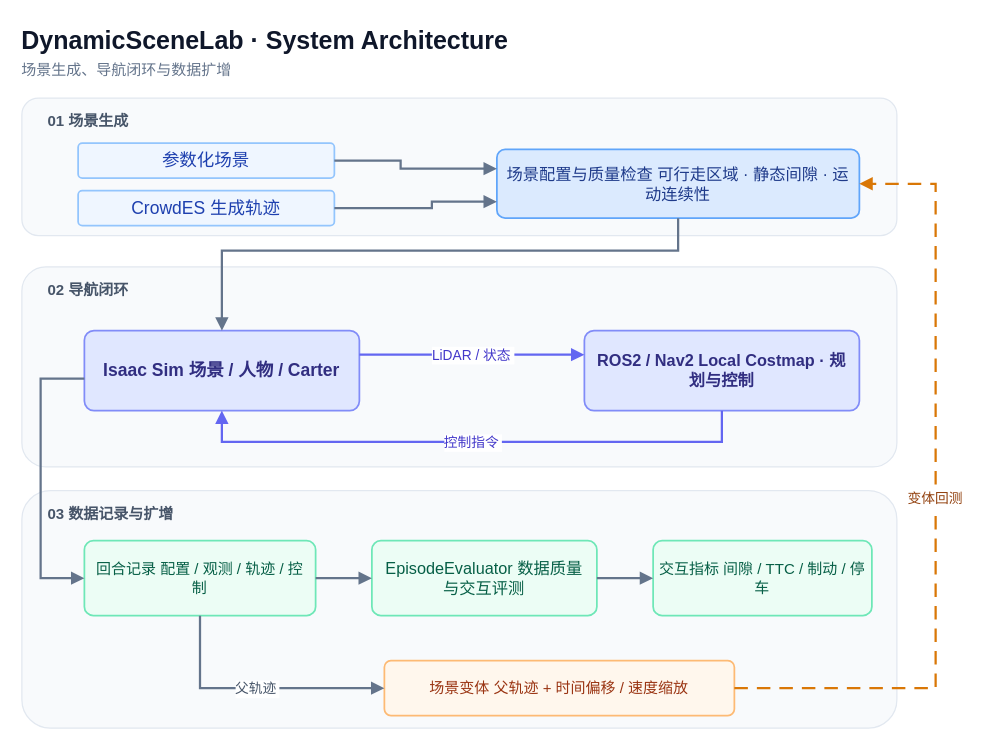
hahaha678-up/DynamicSceneLab keeps this draw.io diagram as docs/diagrams/architecture.drawio. Above is the earlier version. Source tidied: cells renumbered, new cells numbered last; positions are measured from the earlier drawing's top-left corner, leaving out a move shared by most shapes. Both pictures are drawn from the tidied source at 125%, with x=0, y=0 at pixel (21, 21).
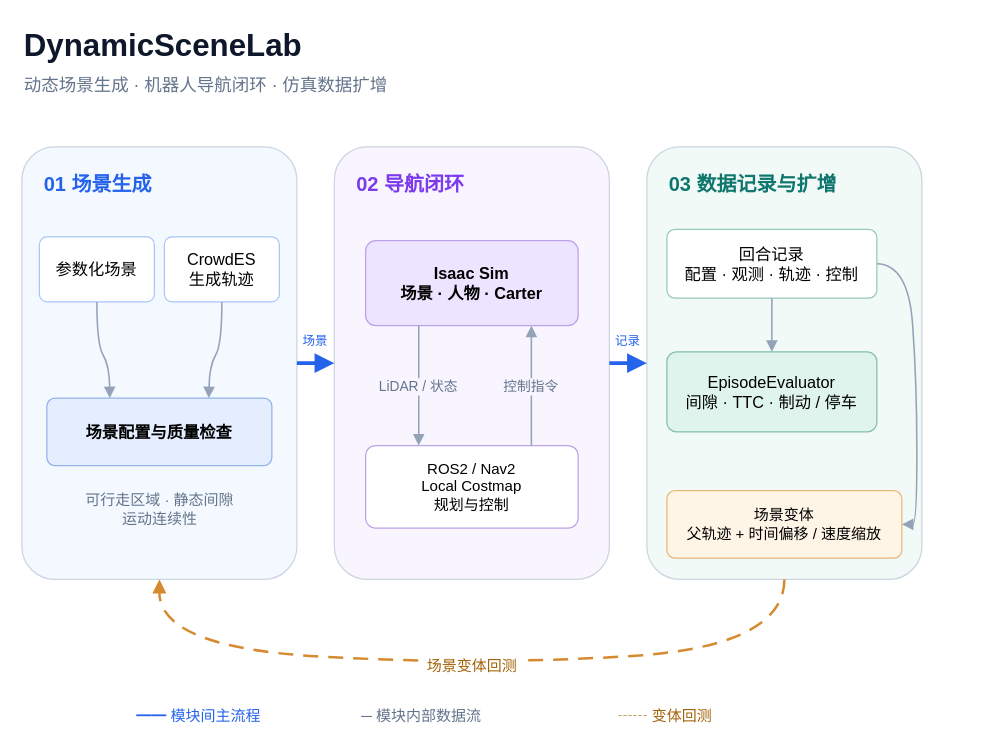
The same page after the edit.

Commit message (it also covers changes not shown here):
Clarify three-module architecture and connector hierarchy

The edit, as a diff of the source:
```diff
@@
-    <mxCell id="2" value="DynamicSceneLab  ·  System Architecture" style="rounded=1;arcSize=12;whiteSpace=wrap;html=0;fontFamily=Microsoft YaHei;fontSize=14;align=center;verticalAlign=middle;spacing=6;strokeWidth=1.4;fillColor=none;strokeColor=none;fontSize=20;fontStyle=1;align=left;spacing=0;fontColor=#0F172A;" parent="1" vertex="1">
-      <mxGeometry width="690" height="28" as="geometry" />
-    </mxCell>
-    <mxCell id="3" value="场景生成、导航闭环与数据扩增" style="rounded=1;arcSize=12;whiteSpace=wrap;html=0;fontFamily=Microsoft YaHei;fontSize=14;align=center;verticalAlign=middle;spacing=6;strokeWidth=1.4;fillColor=none;strokeColor=none;fontSize=12;align=left;spacing=0;fontColor=#64748B;" parent="1" vertex="1">
-      <mxGeometry y="29" width="680" height="20" as="geometry" />
-    </mxCell>
-    <mxCell id="4" style="rounded=1;arcSize=12;whiteSpace=wrap;html=0;fontFamily=Microsoft YaHei;fontSize=14;align=center;verticalAlign=middle;spacing=6;strokeWidth=1.4;fillColor=#F8FAFC;strokeColor=#E2E8F0;strokeWidth=1;" parent="1" vertex="1">
-      <mxGeometry y="61" width="700" height="110" as="geometry" />
-    </mxCell>
+    <mxCell id="29" value="DynamicSceneLab" style="html=0;fontFamily=Microsoft YaHei;text;strokeColor=none;fillColor=none;align=left;verticalAlign=middle;fontSize=25;fontStyle=1;fontColor=#0F172A;" parent="1" vertex="1">
+      <mxGeometry width="700" height="32" as="geometry" />
+    </mxCell>
+    <mxCell id="30" value="动态场景生成 · 机器人导航闭环 · 仿真数据扩增" style="html=0;fontFamily=Microsoft YaHei;text;strokeColor=none;fillColor=none;align=left;verticalAlign=middle;fontSize=14;fontColor=#64748B;" parent="1" vertex="1">
+      <mxGeometry y="37" width="700" height="25" as="geometry" />
+    </mxCell>
+    <mxCell id="31" style="html=0;fontFamily=Microsoft YaHei;rounded=1;arcSize=12;whiteSpace=wrap;fontSize=13;align=center;verticalAlign=middle;strokeWidth=1;spacing=4;fillColor=#F4F8FF;strokeColor=#CBD5E1;" parent="1" vertex="1">
+      <mxGeometry y="100" width="220" height="346" as="geometry" />
+    </mxCell>
-    <mxCell id="5" value="01  场景生成" style="rounded=1;arcSize=12;whiteSpace=wrap;html=0;fontFamily=Microsoft YaHei;fontSize=14;align=center;verticalAlign=middle;spacing=6;strokeWidth=1.4;fillColor=none;strokeColor=none;fontSize=12;fontStyle=1;align=left;spacing=0;fontColor=#475569;" parent="1" vertex="1">
-      <mxGeometry x="21" y="69" width="240" height="22" as="geometry" />
+    <mxCell id="5" value="01  场景生成" style="html=0;fontFamily=Microsoft YaHei;text;strokeColor=none;fillColor=none;align=left;verticalAlign=middle;fontSize=16;fontStyle=1;fontColor=#2563EB;" parent="31" vertex="1">
+      <mxGeometry x="16" y="15" width="194" height="28" as="geometry" />
     </mxCell>
-    <mxCell id="6" style="rounded=1;arcSize=12;whiteSpace=wrap;html=0;fontFamily=Microsoft YaHei;fontSize=14;align=center;verticalAlign=middle;spacing=6;strokeWidth=1.4;fillColor=#F8FAFC;strokeColor=#E2E8F0;strokeWidth=1;" parent="1" vertex="1">
-      <mxGeometry y="196" width="700" height="160" as="geometry" />
-    </mxCell>
+    <mxCell id="32" style="html=0;fontFamily=Microsoft YaHei;rounded=1;arcSize=12;whiteSpace=wrap;fontSize=13;align=center;verticalAlign=middle;strokeWidth=1;spacing=4;fillColor=#F8F5FF;strokeColor=#CBD5E1;" parent="1" vertex="1">
+      <mxGeometry x="250" y="100" width="220" height="346" as="geometry" />
+    </mxCell>
-    <mxCell id="7" value="02  导航闭环" style="rounded=1;arcSize=12;whiteSpace=wrap;html=0;fontFamily=Microsoft YaHei;fontSize=14;align=center;verticalAlign=middle;spacing=6;strokeWidth=1.4;fillColor=none;strokeColor=none;fontSize=12;fontStyle=1;align=left;spacing=0;fontColor=#475569;" parent="1" vertex="1">
-      <mxGeometry x="21" y="204" width="240" height="22" as="geometry" />
+    <mxCell id="7" value="02  导航闭环" style="html=0;fontFamily=Microsoft YaHei;text;strokeColor=none;fillColor=none;align=left;verticalAlign=middle;fontSize=16;fontStyle=1;fontColor=#7C3AED;" parent="32" vertex="1">
+      <mxGeometry x="16" y="15" width="194" height="28" as="geometry" />
     </mxCell>
-    <mxCell id="8" style="rounded=1;arcSize=12;whiteSpace=wrap;html=0;fontFamily=Microsoft YaHei;fontSize=14;align=center;verticalAlign=middle;spacing=6;strokeWidth=1.4;fillColor=#F8FAFC;strokeColor=#E2E8F0;strokeWidth=1;" parent="1" vertex="1">
-      <mxGeometry y="375" width="700" height="190" as="geometry" />
-    </mxCell>
+    <mxCell id="33" style="html=0;fontFamily=Microsoft YaHei;rounded=1;arcSize=12;whiteSpace=wrap;fontSize=13;align=center;verticalAlign=middle;strokeWidth=1;spacing=4;fillColor=#F1FAF7;strokeColor=#CBD5E1;" parent="1" vertex="1">
+      <mxGeometry x="500" y="100" width="220" height="346" as="geometry" />
+    </mxCell>
-    <mxCell id="9" value="03  数据记录与扩增" style="rounded=1;arcSize=12;whiteSpace=wrap;html=0;fontFamily=Microsoft YaHei;fontSize=14;align=center;verticalAlign=middle;spacing=6;strokeWidth=1.4;fillColor=none;strokeColor=none;fontSize=12;fontStyle=1;align=left;spacing=0;fontColor=#475569;" parent="1" vertex="1">
-      <mxGeometry x="21" y="383" width="240" height="22" as="geometry" />
+    <mxCell id="9" value="03  数据记录与扩增" style="html=0;fontFamily=Microsoft YaHei;text;strokeColor=none;fillColor=none;align=left;verticalAlign=middle;fontSize=16;fontStyle=1;fontColor=#0F766E;" parent="33" vertex="1">
+      <mxGeometry x="16" y="15" width="194" height="28" as="geometry" />
     </mxCell>
-    <mxCell id="10" value="参数化场景" style="rounded=1;arcSize=12;whiteSpace=wrap;html=0;fontFamily=Microsoft YaHei;fontSize=14;align=center;verticalAlign=middle;spacing=6;strokeWidth=1.4;fillColor=#EFF6FF;strokeColor=#93C5FD;fontColor=#1E40AF;" parent="1" vertex="1">
-      <mxGeometry x="45" y="97" width="205" height="28" as="geometry" />
+    <mxCell id="10" value="参数化场景" style="html=1;fontFamily=Microsoft YaHei;rounded=1;arcSize=12;whiteSpace=wrap;fontSize=13;align=center;verticalAlign=middle;strokeWidth=1;spacing=4;fillColor=#FFFFFF;strokeColor=#A9C6F6;" parent="31" vertex="1">
+      <mxGeometry x="14" y="72" width="92" height="52" as="geometry" />
     </mxCell>
-    <mxCell id="11" value="CrowdES 生成轨迹" style="rounded=1;arcSize=12;whiteSpace=wrap;html=0;fontFamily=Microsoft YaHei;fontSize=14;align=center;verticalAlign=middle;spacing=6;strokeWidth=1.4;fillColor=#EFF6FF;strokeColor=#93C5FD;fontColor=#1E40AF;" parent="1" vertex="1">
-      <mxGeometry x="45" y="135" width="205" height="28" as="geometry" />
+    <mxCell id="11" value="CrowdES&lt;br&gt;生成轨迹" style="html=1;fontFamily=Microsoft YaHei;rounded=1;arcSize=12;whiteSpace=wrap;fontSize=13;align=center;verticalAlign=middle;strokeWidth=1;spacing=4;fillColor=#FFFFFF;strokeColor=#A9C6F6;" parent="31" vertex="1">
+      <mxGeometry x="114" y="72" width="92" height="52" as="geometry" />
     </mxCell>
-    <mxCell id="12" value="场景配置与质量检查 可行走区域 · 静态间隙 · 运动连续性" style="rounded=1;arcSize=12;whiteSpace=wrap;html=0;fontFamily=Microsoft YaHei;fontSize=14;align=center;verticalAlign=middle;spacing=6;strokeWidth=1.4;fillColor=#DBEAFE;strokeColor=#60A5FA;fontColor=#1E3A8A;fontSize=13;" parent="1" vertex="1">
-      <mxGeometry x="380" y="102" width="290" height="55" as="geometry" />
-    </mxCell>
-    <mxCell id="13" value="Isaac Sim 场景 / 人物 / Carter" style="rounded=1;arcSize=12;whiteSpace=wrap;html=0;fontFamily=Microsoft YaHei;fontSize=14;align=center;verticalAlign=middle;spacing=6;strokeWidth=1.4;fillColor=#E0E7FF;strokeColor=#818CF8;fontColor=#312E81;fontStyle=1;" parent="1" vertex="1">
-      <mxGeometry x="50" y="247" width="220" height="64" as="geometry" />
-    </mxCell>
-    <mxCell id="14" value="ROS2 / Nav2 Local Costmap · 规划与控制" style="rounded=1;arcSize=12;whiteSpace=wrap;html=0;fontFamily=Microsoft YaHei;fontSize=14;align=center;verticalAlign=middle;spacing=6;strokeWidth=1.4;fillColor=#E0E7FF;strokeColor=#818CF8;fontColor=#312E81;fontSize=13;fontStyle=1;" parent="1" vertex="1">
-      <mxGeometry x="450" y="247" width="220" height="64" as="geometry" />
-    </mxCell>
-    <mxCell id="15" value="回合记录 配置 / 观测 / 轨迹 / 控制" style="rounded=1;arcSize=12;whiteSpace=wrap;html=0;fontFamily=Microsoft YaHei;fontSize=14;align=center;verticalAlign=middle;spacing=6;strokeWidth=1.4;fillColor=#ECFDF5;strokeColor=#6EE7B7;fontColor=#065F46;fontSize=12;" parent="1" vertex="1">
-      <mxGeometry x="50" y="415" width="185" height="60" as="geometry" />
-    </mxCell>
-    <mxCell id="16" value="EpisodeEvaluator 数据质量与交互评测" style="rounded=1;arcSize=12;whiteSpace=wrap;html=0;fontFamily=Microsoft YaHei;fontSize=14;align=center;verticalAlign=middle;spacing=6;strokeWidth=1.4;fillColor=#ECFDF5;strokeColor=#6EE7B7;fontColor=#065F46;fontSize=13;" parent="1" vertex="1">
-      <mxGeometry x="280" y="415" width="180" height="60" as="geometry" />
-    </mxCell>
-    <mxCell id="17" value="交互指标 间隙 / TTC / 制动 / 停车" style="rounded=1;arcSize=12;whiteSpace=wrap;html=0;fontFamily=Microsoft YaHei;fontSize=14;align=center;verticalAlign=middle;spacing=6;strokeWidth=1.4;fillColor=#ECFDF5;strokeColor=#6EE7B7;fontColor=#065F46;fontSize=12;" parent="1" vertex="1">
-      <mxGeometry x="505" y="415" width="175" height="60" as="geometry" />
-    </mxCell>
+    <mxCell id="34" value="场景配置与质量检查" style="html=1;fontFamily=Microsoft YaHei;rounded=1;arcSize=12;whiteSpace=wrap;fontSize=13;align=center;verticalAlign=middle;strokeWidth=1;spacing=4;fillColor=#E5EEFF;strokeColor=#93B4EA;fontStyle=1;" parent="31" vertex="1">
+      <mxGeometry x="20" y="201" width="180" height="54" as="geometry" />
+    </mxCell>
+    <mxCell id="35" value="可行走区域 · 静态间隙&lt;br&gt;运动连续性" style="html=1;fontFamily=Microsoft YaHei;text;strokeColor=none;fillColor=none;align=left;verticalAlign=middle;align=center;fontSize=12;fontColor=#64748B;" parent="31" vertex="1">
+      <mxGeometry x="20" y="268" width="180" height="44" as="geometry" />
+    </mxCell>
+    <mxCell id="36" value="Isaac Sim&lt;br&gt;场景 · 人物 · Carter" style="html=1;fontFamily=Microsoft YaHei;rounded=1;arcSize=12;whiteSpace=wrap;fontSize=13;align=center;verticalAlign=middle;strokeWidth=1;spacing=4;fillColor=#EDE5FF;strokeColor=#BCA2E7;fontStyle=1;" parent="32" vertex="1">
+      <mxGeometry x="25" y="75" width="170" height="68" as="geometry" />
+    </mxCell>
+    <mxCell id="37" value="ROS2 / Nav2&lt;br&gt;Local Costmap&lt;br&gt;规划与控制" style="html=1;fontFamily=Microsoft YaHei;rounded=1;arcSize=12;whiteSpace=wrap;fontSize=12;align=center;verticalAlign=middle;strokeWidth=1;spacing=4;fillColor=#FFFFFF;strokeColor=#BCA2E7;" parent="32" vertex="1">
+      <mxGeometry x="25" y="239" width="170" height="66" as="geometry" />
+    </mxCell>
+    <mxCell id="38" value="回合记录&lt;br&gt;配置 · 观测 · 轨迹 · 控制" style="html=1;fontFamily=Microsoft YaHei;rounded=1;arcSize=12;whiteSpace=wrap;fontSize=13;align=center;verticalAlign=middle;strokeWidth=1;spacing=4;fillColor=#FFFFFF;strokeColor=#96C9BA;" parent="33" vertex="1">
+      <mxGeometry x="16" y="66" width="168" height="55" as="geometry" />
+    </mxCell>
+    <mxCell id="39" value="EpisodeEvaluator&lt;br&gt;间隙 · TTC · 制动 / 停车" style="html=1;fontFamily=Microsoft YaHei;rounded=1;arcSize=12;whiteSpace=wrap;fontSize=13;align=center;verticalAlign=middle;strokeWidth=1;spacing=4;fillColor=#DFF4ED;strokeColor=#83BFAE;" parent="33" vertex="1">
+      <mxGeometry x="16" y="164" width="168" height="64" as="geometry" />
+    </mxCell>
-    <mxCell id="18" value="场景变体 父轨迹 + 时间偏移 / 速度缩放" style="rounded=1;arcSize=12;whiteSpace=wrap;html=0;fontFamily=Microsoft YaHei;fontSize=14;align=center;verticalAlign=middle;spacing=6;strokeWidth=1.4;fillColor=#FFF7ED;strokeColor=#FDBA74;fontColor=#9A3412;fontSize=12;" parent="1" vertex="1">
-      <mxGeometry x="290" y="511" width="280" height="44" as="geometry" />
+    <mxCell id="18" value="场景变体&lt;br&gt;父轨迹 + 时间偏移 / 速度缩放" style="html=1;fontFamily=Microsoft YaHei;rounded=1;arcSize=12;whiteSpace=wrap;fontSize=13;align=center;verticalAlign=middle;strokeWidth=1;spacing=4;fillColor=#FFF5E6;strokeColor=#E6B77A;fontSize=12;" parent="33" vertex="1">
+      <mxGeometry x="16" y="275" width="188" height="54" as="geometry" />
     </mxCell>
-    <mxCell id="19" style="edgeStyle=orthogonalEdgeStyle;rounded=0;html=0;endArrow=block;endFill=1;strokeWidth=1.8;strokeColor=#64748B;fontFamily=Microsoft YaHei;fontSize=11;fontColor=#475569;labelBackgroundColor=#FFFFFF;exitX=1;exitY=0.5;exitDx=0;exitDy=0;entryX=0;entryY=0.28;entryDx=0;entryDy=0;" parent="1" edge="1" source="10" target="12">
-      <mxGeometry relative="1" as="geometry">
-        <Array as="points">
-          <mxPoint x="303" y="111" />
-          <mxPoint x="303" y="117.4" />
-        </Array>
-      </mxGeometry>
-    </mxCell>
-    <mxCell id="20" style="edgeStyle=orthogonalEdgeStyle;rounded=0;html=0;endArrow=block;endFill=1;strokeWidth=1.8;strokeColor=#64748B;fontFamily=Microsoft YaHei;fontSize=11;fontColor=#475569;labelBackgroundColor=#FFFFFF;exitX=1;exitY=0.5;exitDx=0;exitDy=0;entryX=0;entryY=0.76;entryDx=0;entryDy=0;" parent="1" edge="1" source="11" target="12">
-      <mxGeometry relative="1" as="geometry">
-        <Array as="points">
-          <mxPoint x="328" y="149" />
-          <mxPoint x="328" y="143.8" />
-        </Array>
-      </mxGeometry>
-    </mxCell>
-    <mxCell id="21" style="edgeStyle=orthogonalEdgeStyle;rounded=0;html=0;endArrow=block;endFill=1;strokeWidth=1.8;strokeColor=#64748B;fontFamily=Microsoft YaHei;fontSize=11;fontColor=#475569;labelBackgroundColor=#FFFFFF;exitX=0.5;exitY=1;exitDx=0;exitDy=0;entryX=0.5;entryY=0;entryDx=0;entryDy=0;" parent="1" edge="1" source="12" target="13">
-      <mxGeometry relative="1" as="geometry">
-        <Array as="points">
-          <mxPoint x="525" y="183" />
-          <mxPoint x="160" y="183" />
-        </Array>
-      </mxGeometry>
-    </mxCell>
+    <mxCell id="40" style="html=0;fontFamily=Microsoft YaHei;edgeStyle=none;curved=1;rounded=1;endArrow=block;endSize=6;endFill=1;strokeColor=#94A3B8;strokeWidth=1.25;fontSize=11;fontColor=#64748B;labelBackgroundColor=#FFFFFF;exitX=0.5;exitY=1;entryX=0.28;entryY=0;exitDx=0;exitDy=0;entryDx=0;entryDy=0;" parent="31" edge="1" source="10" target="34">
+      <mxGeometry relative="1" as="geometry">
+        <Array as="points">
+          <mxPoint x="60" y="158" />
+          <mxPoint x="70" y="175" />
+        </Array>
+      </mxGeometry>
+    </mxCell>
+    <mxCell id="41" style="html=0;fontFamily=Microsoft YaHei;edgeStyle=none;curved=1;rounded=1;endArrow=block;endSize=6;endFill=1;strokeColor=#94A3B8;strokeWidth=1.25;fontSize=11;fontColor=#64748B;labelBackgroundColor=#FFFFFF;exitX=0.5;exitY=1;entryX=0.72;entryY=0;exitDx=0;exitDy=0;entryDx=0;entryDy=0;" parent="31" edge="1" source="11" target="34">
+      <mxGeometry relative="1" as="geometry">
+        <Array as="points">
+          <mxPoint x="160" y="158" />
+          <mxPoint x="150" y="175" />
+        </Array>
+      </mxGeometry>
+    </mxCell>
-    <mxCell id="22" value="LiDAR / 状态" style="edgeStyle=orthogonalEdgeStyle;rounded=0;html=0;endArrow=block;endFill=1;strokeWidth=1.8;strokeColor=#64748B;fontFamily=Microsoft YaHei;fontSize=11;fontColor=#475569;labelBackgroundColor=#FFFFFF;exitX=1;exitY=0.3;exitDx=0;exitDy=0;entryX=0;entryY=0.3;entryDx=0;entryDy=0;strokeColor=#6366F1;fontColor=#4338CA;" parent="1" edge="1" source="13" target="14">
+    <mxCell id="22" value="LiDAR / 状态" style="html=0;fontFamily=Microsoft YaHei;edgeStyle=none;curved=1;rounded=1;endArrow=block;endSize=6;endFill=1;strokeColor=#94A3B8;strokeWidth=1.25;fontSize=11;fontColor=#64748B;labelBackgroundColor=#FFFFFF;exitX=0.25;exitY=1;entryX=0.25;entryY=0;exitDx=0;exitDy=0;entryDx=0;entryDy=0;labelBackgroundColor=#F8F5FF;" parent="32" edge="1" source="36" target="37">
       <mxGeometry relative="1" as="geometry" />
     </mxCell>
-    <mxCell id="23" value="控制指令" style="edgeStyle=orthogonalEdgeStyle;rounded=0;html=0;endArrow=block;endFill=1;strokeWidth=1.8;strokeColor=#64748B;fontFamily=Microsoft YaHei;fontSize=11;fontColor=#475569;labelBackgroundColor=#FFFFFF;exitX=0.5;exitY=1;exitDx=0;exitDy=0;entryX=0.5;entryY=1;entryDx=0;entryDy=0;strokeColor=#6366F1;fontColor=#4338CA;" parent="1" edge="1" source="14" target="13">
-      <mxGeometry relative="1" as="geometry">
-        <Array as="points">
-          <mxPoint x="560" y="336" />
-          <mxPoint x="160" y="336" />
-        </Array>
-      </mxGeometry>
+    <mxCell id="23" value="控制指令" style="html=0;fontFamily=Microsoft YaHei;edgeStyle=none;curved=1;rounded=1;endArrow=block;endSize=6;endFill=1;strokeColor=#94A3B8;strokeWidth=1.25;fontSize=11;fontColor=#64748B;labelBackgroundColor=#FFFFFF;exitX=0.78;exitY=0;entryX=0.78;entryY=1;exitDx=0;exitDy=0;entryDx=0;entryDy=0;labelBackgroundColor=#F8F5FF;" parent="32" edge="1" source="37" target="36">
+      <mxGeometry relative="1" as="geometry" />
     </mxCell>
-    <mxCell id="24" style="edgeStyle=orthogonalEdgeStyle;rounded=0;html=0;endArrow=block;endFill=1;strokeWidth=1.8;strokeColor=#64748B;fontFamily=Microsoft YaHei;fontSize=11;fontColor=#475569;labelBackgroundColor=#FFFFFF;exitX=0;exitY=0.6;exitDx=0;exitDy=0;entryX=0;entryY=0.5;entryDx=0;entryDy=0;" parent="1" edge="1" source="13" target="15">
-      <mxGeometry relative="1" as="geometry">
-        <Array as="points">
-          <mxPoint x="15" y="285.4" />
-          <mxPoint x="15" y="445" />
-        </Array>
-      </mxGeometry>
-    </mxCell>
-    <mxCell id="25" style="edgeStyle=orthogonalEdgeStyle;rounded=0;html=0;endArrow=block;endFill=1;strokeWidth=1.8;strokeColor=#64748B;fontFamily=Microsoft YaHei;fontSize=11;fontColor=#475569;labelBackgroundColor=#FFFFFF;exitX=1;exitY=0.5;exitDx=0;exitDy=0;entryX=0;entryY=0.5;entryDx=0;entryDy=0;" parent="1" edge="1" source="15" target="16">
-      <mxGeometry relative="1" as="geometry" />
-    </mxCell>
-    <mxCell id="26" style="edgeStyle=orthogonalEdgeStyle;rounded=0;html=0;endArrow=block;endFill=1;strokeWidth=1.8;strokeColor=#64748B;fontFamily=Microsoft YaHei;fontSize=11;fontColor=#475569;labelBackgroundColor=#FFFFFF;exitX=1;exitY=0.5;exitDx=0;exitDy=0;entryX=0;entryY=0.5;entryDx=0;entryDy=0;" parent="1" edge="1" source="16" target="17">
-      <mxGeometry relative="1" as="geometry" />
-    </mxCell>
-    <mxCell id="27" value="父轨迹" style="edgeStyle=orthogonalEdgeStyle;rounded=0;html=0;endArrow=block;endFill=1;strokeWidth=1.8;strokeColor=#64748B;fontFamily=Microsoft YaHei;fontSize=11;fontColor=#475569;labelBackgroundColor=#FFFFFF;exitX=0.5;exitY=1;exitDx=0;exitDy=0;entryX=0;entryY=0.5;entryDx=0;entryDy=0;" parent="1" edge="1" source="15" target="18">
-      <mxGeometry relative="1" as="geometry">
-        <Array as="points">
-          <mxPoint x="142.5" y="533" />
-        </Array>
-      </mxGeometry>
-    </mxCell>
-    <mxCell id="28" value="变体回测" style="edgeStyle=orthogonalEdgeStyle;rounded=0;html=0;endArrow=block;endFill=1;strokeWidth=1.8;strokeColor=#64748B;fontFamily=Microsoft YaHei;fontSize=11;fontColor=#475569;labelBackgroundColor=#FFFFFF;exitX=1;exitY=0.5;exitDx=0;exitDy=0;entryX=1;entryY=0.5;entryDx=0;entryDy=0;dashed=1;dashPattern=6 4;strokeColor=#D97706;fontColor=#92400E;" parent="1" edge="1" source="18" target="12">
-      <mxGeometry relative="1" as="geometry">
-        <Array as="points">
-          <mxPoint x="731" y="533" />
-          <mxPoint x="731" y="129.5" />
-        </Array>
-      </mxGeometry>
-    </mxCell>
+    <mxCell id="42" style="html=0;fontFamily=Microsoft YaHei;edgeStyle=none;curved=1;rounded=1;endArrow=block;endSize=6;endFill=1;strokeColor=#94A3B8;strokeWidth=1.25;fontSize=11;fontColor=#64748B;labelBackgroundColor=#FFFFFF;exitX=0.5;exitY=1;entryX=0.5;entryY=0;exitDx=0;exitDy=0;entryDx=0;entryDy=0;" parent="33" edge="1" source="38" target="39">
+      <mxGeometry relative="1" as="geometry" />
+    </mxCell>
+    <mxCell id="43" style="html=0;fontFamily=Microsoft YaHei;edgeStyle=none;curved=1;rounded=1;endArrow=block;endSize=6;endFill=1;strokeColor=#94A3B8;strokeWidth=1.25;fontSize=11;fontColor=#64748B;labelBackgroundColor=#FFFFFF;exitX=1;exitY=0.5;entryX=1;entryY=0.5;exitDx=0;exitDy=0;entryDx=0;entryDy=0;labelBackgroundColor=#F1FAF7;fontSize=10;" parent="33" edge="1" source="38" target="18">
+      <mxGeometry relative="1" as="geometry">
+        <Array as="points">
+          <mxPoint x="209" y="94" />
+          <mxPoint x="216" y="188" />
+          <mxPoint x="216" y="302" />
+        </Array>
+      </mxGeometry>
+    </mxCell>
+    <mxCell id="44" style="html=0;fontFamily=Microsoft YaHei;edgeStyle=none;curved=1;rounded=1;endArrow=block;endSize=6;endFill=1;strokeColor=#94A3B8;strokeWidth=1.25;fontSize=11;fontColor=#64748B;labelBackgroundColor=#FFFFFF;exitX=1;exitY=0.5;entryX=0;entryY=0.5;exitDx=0;exitDy=0;entryDx=0;entryDy=0;strokeColor=#2563EB;strokeWidth=3;endSize=8;" parent="1" edge="1" source="31" target="32">
+      <mxGeometry relative="1" as="geometry" />
+    </mxCell>
+    <mxCell id="45" style="html=0;fontFamily=Microsoft YaHei;edgeStyle=none;curved=1;rounded=1;endArrow=block;endSize=6;endFill=1;strokeColor=#94A3B8;strokeWidth=1.25;fontSize=11;fontColor=#64748B;labelBackgroundColor=#FFFFFF;exitX=1;exitY=0.5;entryX=0;entryY=0.5;exitDx=0;exitDy=0;entryDx=0;entryDy=0;strokeColor=#2563EB;strokeWidth=3;endSize=8;" parent="1" edge="1" source="32" target="33">
+      <mxGeometry relative="1" as="geometry" />
+    </mxCell>
+    <mxCell id="46" value="场景" style="html=0;fontFamily=Microsoft YaHei;text;strokeColor=none;fillColor=none;align=left;verticalAlign=middle;align=center;fontSize=10;fontColor=#2563EB;" parent="1" vertex="1">
+      <mxGeometry x="219" y="244" width="32" height="22" as="geometry" />
+    </mxCell>
+    <mxCell id="47" value="记录" style="html=0;fontFamily=Microsoft YaHei;text;strokeColor=none;fillColor=none;align=left;verticalAlign=middle;align=center;fontSize=10;fontColor=#2563EB;" parent="1" vertex="1">
+      <mxGeometry x="469" y="244" width="32" height="22" as="geometry" />
+    </mxCell>
+    <mxCell id="48" value="场景变体回测" style="html=0;fontFamily=Microsoft YaHei;edgeStyle=none;curved=1;rounded=1;endArrow=block;endSize=6;endFill=1;strokeColor=#94A3B8;strokeWidth=1.25;fontSize=11;fontColor=#64748B;labelBackgroundColor=#FFFFFF;exitX=0.5;exitY=1;entryX=0.5;entryY=1;exitDx=0;exitDy=0;entryDx=0;entryDy=0;strokeColor=#D58A30;strokeWidth=2;dashed=1;dashPattern=6 4;fontSize=12;fontColor=#A16207;" parent="1" edge="1" source="33" target="31">
+      <mxGeometry relative="1" as="geometry">
+        <Array as="points">
+          <mxPoint x="610" y="500" />
+          <mxPoint x="360" y="515" />
+          <mxPoint x="110" y="500" />
+        </Array>
+      </mxGeometry>
+    </mxCell>
+    <mxCell id="49" value="━━  模块间主流程" style="html=0;fontFamily=Microsoft YaHei;text;strokeColor=none;fillColor=none;align=left;verticalAlign=middle;fontSize=12;fontColor=#2563EB;" parent="1" vertex="1">
+      <mxGeometry x="90" y="545" width="175" height="20" as="geometry" />
+    </mxCell>
+    <mxCell id="50" value="─  模块内部数据流" style="html=0;fontFamily=Microsoft YaHei;text;strokeColor=none;fillColor=none;align=left;verticalAlign=middle;fontSize=12;fontColor=#64748B;" parent="1" vertex="1">
+      <mxGeometry x="270" y="545" width="190" height="20" as="geometry" />
+    </mxCell>
+    <mxCell id="51" value="┄┄  变体回测" style="html=0;fontFamily=Microsoft YaHei;text;strokeColor=none;fillColor=none;align=left;verticalAlign=middle;fontSize=12;fontColor=#A16207;" parent="1" vertex="1">
+      <mxGeometry x="475" y="545" width="150" height="20" as="geometry" />
+    </mxCell>
```
